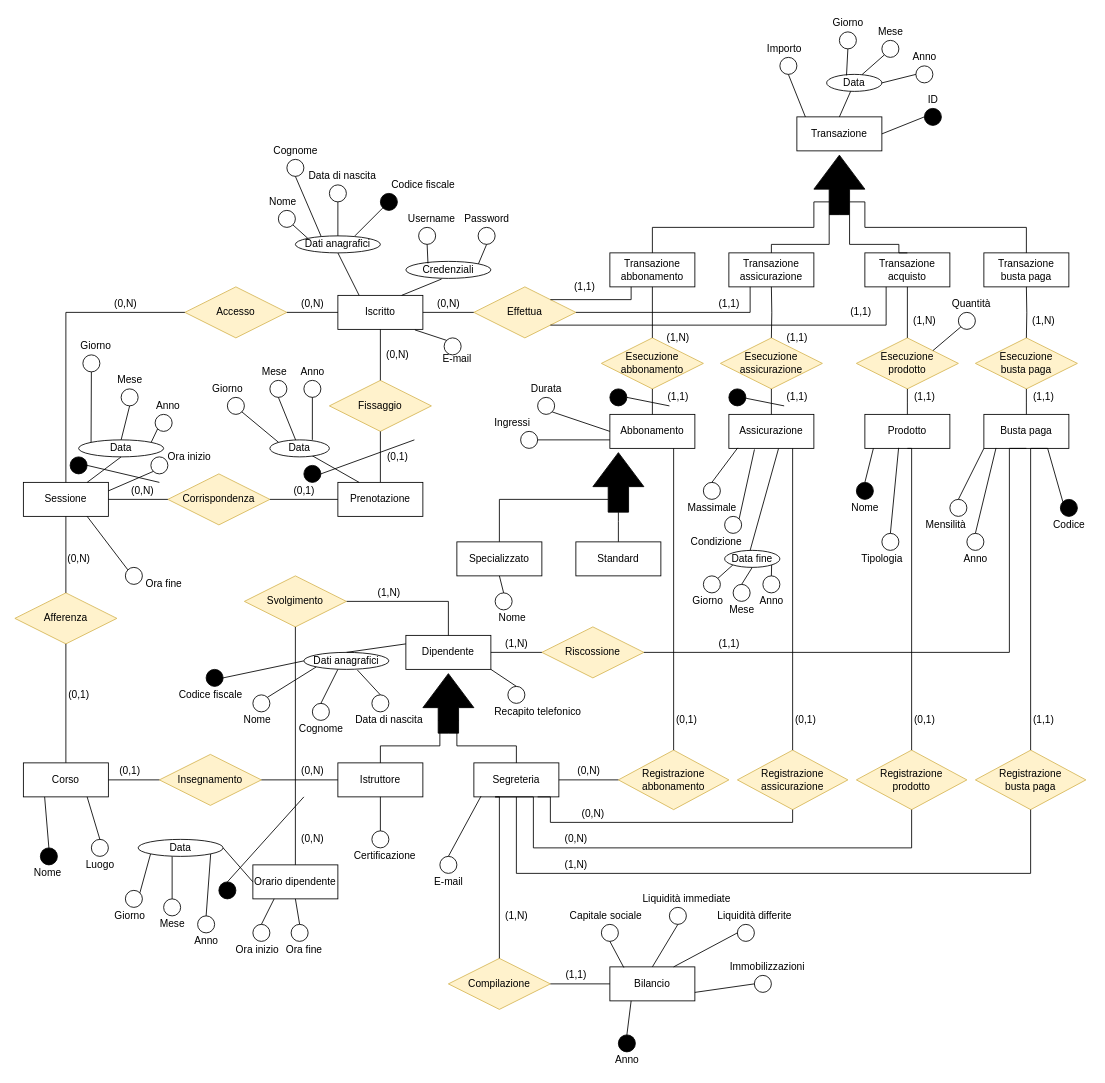
The draw.io diagram ER.drawio in DavideNunin/anconarockclimb, before the edit. Source tidied: cells renumbered, new cells numbered last; positions are measured from the earlier drawing's top-left corner, leaving out a move shared by most shapes. Both pictures are drawn from the tidied source at 85%, with x=0, y=0 at pixel (14, 14).
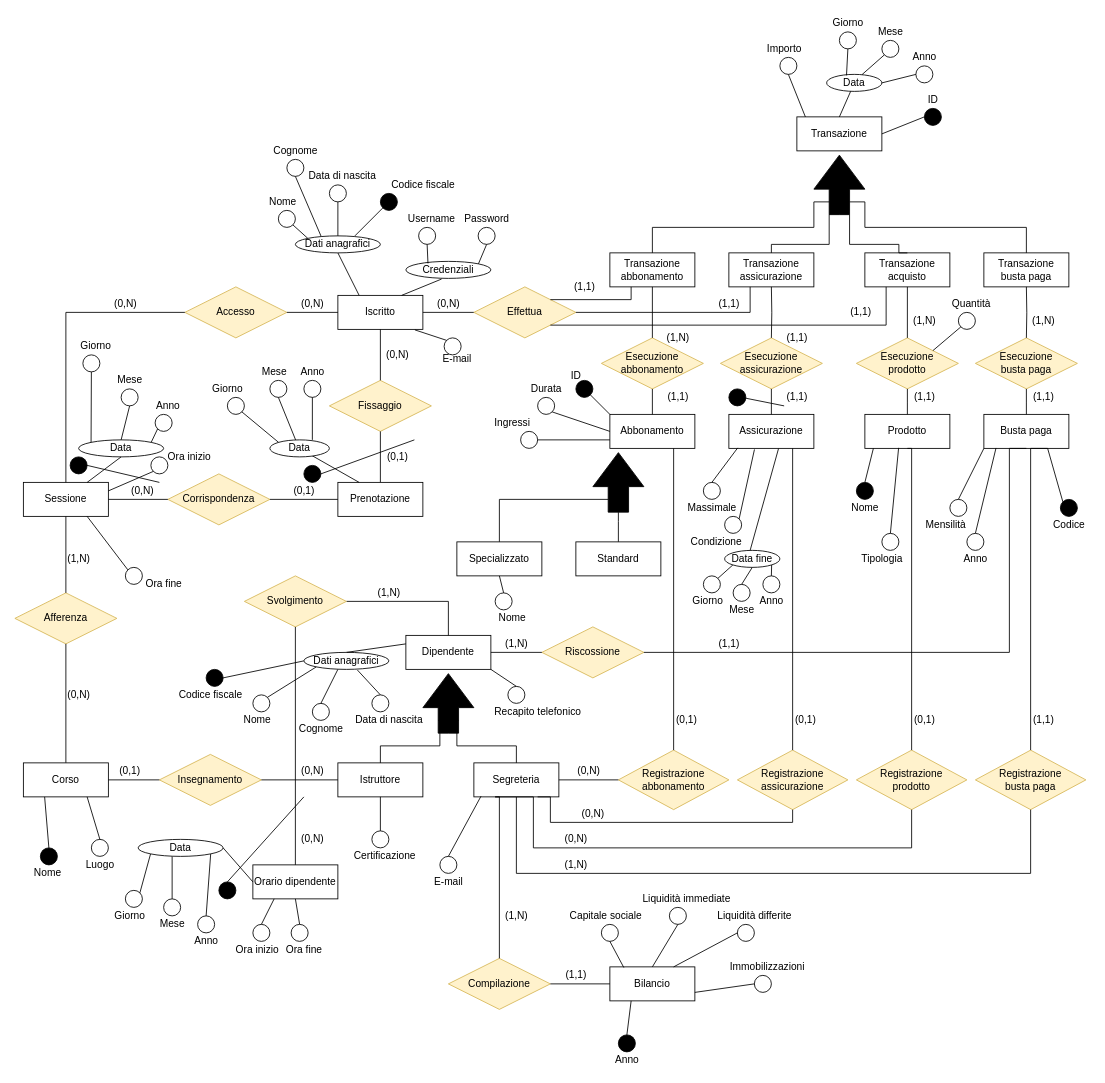
After the change.

The change refers to these unchanged cells:
```xml
<mxCell id="4" value="Abbonamento" style="whiteSpace=wrap;html=1;align=center;" parent="1" vertex="1">
  <mxGeometry x="700" y="470" width="100" height="40" as="geometry" />
</mxCell>
<mxCell id="266" value="(1,1)" style="text;html=1;align=center;verticalAlign=middle;points=[];strokeColor=none;fillColor=none;" parent="1" vertex="1">
  <mxGeometry x="760" y="440" width="40" height="20" as="geometry" />
</mxCell>
```

Diff of the diagram source:
```diff
@@
     <mxCell id="184" style="ellipse;whiteSpace=wrap;html=1;glass=0;fillColor=#000000;" parent="1" vertex="1">
-      <mxGeometry x="700" y="440" width="20" height="20" as="geometry" />
+      <mxGeometry x="660" y="430" width="20" height="20" as="geometry" />
     </mxCell>
@@
-    <mxCell id="188" style="endArrow=none;html=1;rounded=0;exitX=1;exitY=0.5;exitDx=0;exitDy=0;entryX=0.25;entryY=1;entryDx=0;entryDy=0;entryPerimeter=0;" parent="1" edge="1" source="184" target="266">
+    <mxCell id="188" style="endArrow=none;html=1;rounded=0;exitX=1;exitY=1;exitDx=0;exitDy=0;entryX=0;entryY=0;entryDx=0;entryDy=0;" parent="1" edge="1" source="184" target="4">
       <mxGeometry relative="1" as="geometry" />
     </mxCell>
@@
-    <mxCell id="243" value="(0,1)" style="text;html=1;align=center;verticalAlign=middle;strokeColor=none;fillColor=none;" parent="1" vertex="1">
+    <mxCell id="243" value="(0,N)" style="text;html=1;align=center;verticalAlign=middle;strokeColor=none;fillColor=none;" parent="1" vertex="1">
       <mxGeometry x="55" y="790" width="40" height="20" as="geometry" />
     </mxCell>
-    <mxCell id="244" value="(0,N)" style="text;html=1;align=center;verticalAlign=middle;strokeColor=none;fillColor=none;" parent="1" vertex="1">
+    <mxCell id="244" value="(1,N)" style="text;html=1;align=center;verticalAlign=middle;strokeColor=none;fillColor=none;" parent="1" vertex="1">
       <mxGeometry x="55" y="630" width="40" height="20" as="geometry" />
     </mxCell>
@@
+    <mxCell id="307" value="ID" style="text;html=1;align=center;verticalAlign=middle;strokeColor=none;fillColor=none;" parent="1" vertex="1">
+      <mxGeometry x="645" y="415" width="30" height="20" as="geometry" />
+    </mxCell>
```
